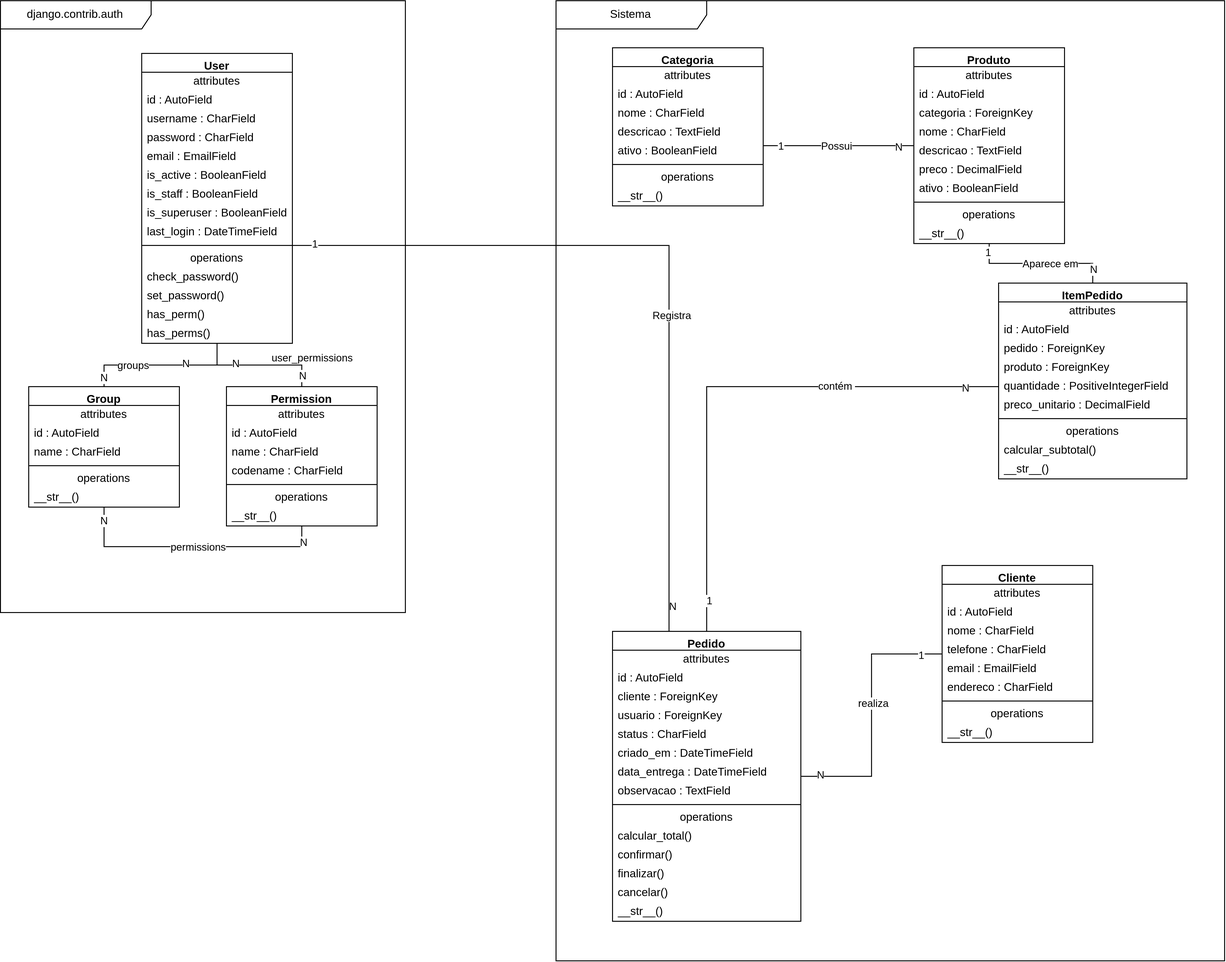
Earlier version of the draw.io export docs/Diagrama sem nome.drawio.png (gustavo468577/GS-Confeitaria). Source tidied: cells renumbered, new cells last; positions are measured from the earlier drawing's top-left corner, leaving out a move shared by most shapes.
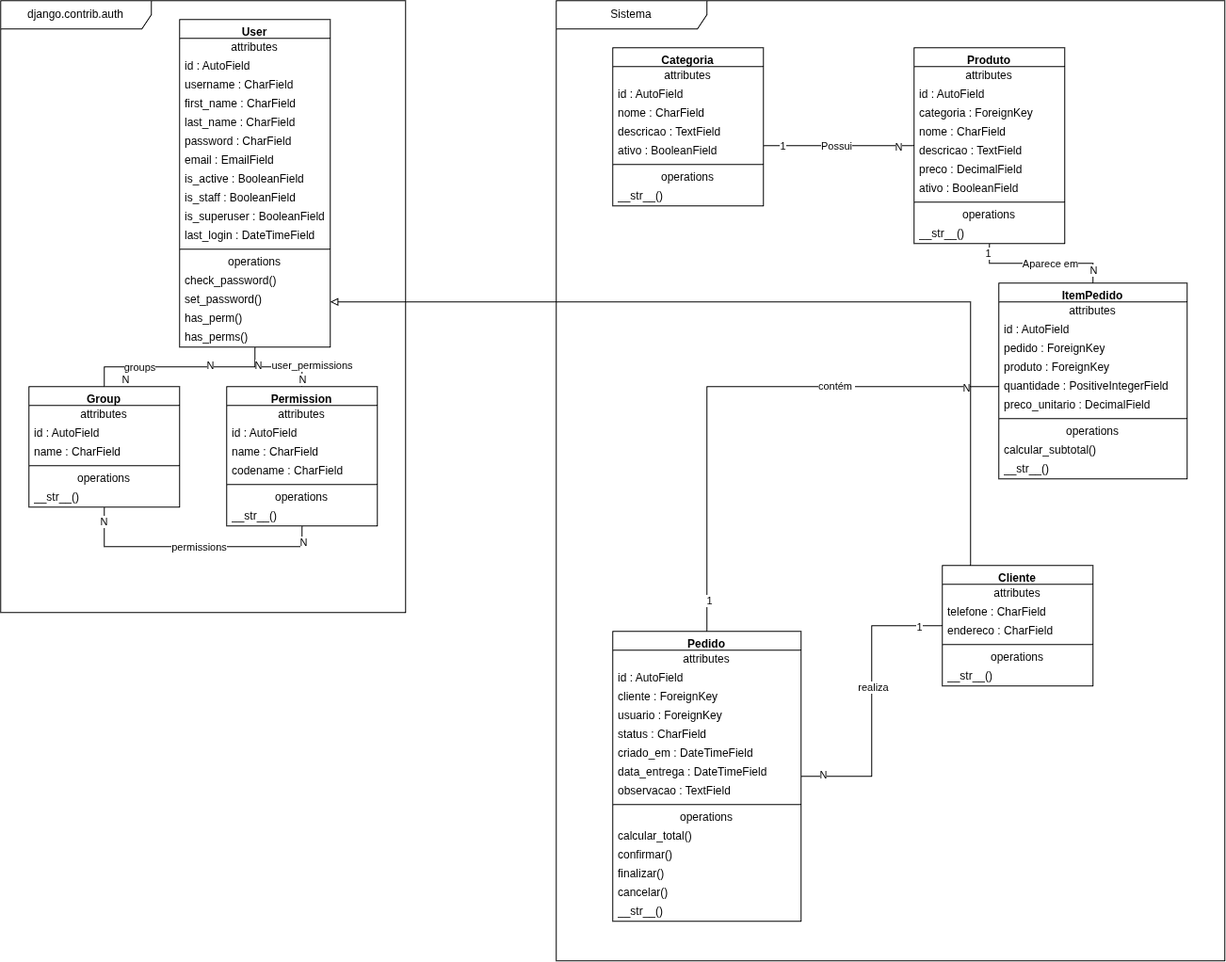
Above is the later version.

Change to the diagram source:
```diff
@@ -6,7 +6,7 @@
       <mxGeometry width="430" height="650" as="geometry" />
     </mxCell>
     <mxCell id="3" value="&lt;b&gt;User&lt;/b&gt;" style="swimlane;fontStyle=0;align=center;verticalAlign=top;horizontal=1;startSize=20;html=1;whiteSpace=wrap;" parent="2" vertex="1">
-      <mxGeometry x="150" y="56" width="160" height="308" as="geometry" />
+      <mxGeometry x="190" y="20" width="160" height="348" as="geometry" />
     </mxCell>
     <mxCell id="4" value="attributes" style="text;html=1;strokeColor=none;fillColor=none;align=center;verticalAlign=middle;spacingLeft=4;spacingRight=4;overflow=hidden;whiteSpace=wrap;" parent="3" vertex="1">
       <mxGeometry y="20" width="160" height="20" as="geometry" />
@@ -17,41 +17,47 @@
     <mxCell id="6" value="username : CharField" style="text;html=1;strokeColor=none;fillColor=none;align=left;verticalAlign=middle;spacingLeft=4;spacingRight=4;overflow=hidden;whiteSpace=wrap;" parent="3" vertex="1">
       <mxGeometry y="60" width="160" height="20" as="geometry" />
     </mxCell>
+    <mxCell id="124" value="first_name : CharField&lt;div&gt;&lt;br/&gt;&lt;/div&gt;" style="text;html=1;strokeColor=none;fillColor=none;align=left;verticalAlign=middle;spacingLeft=4;spacingRight=4;overflow=hidden;whiteSpace=wrap;" parent="3" vertex="1">
+      <mxGeometry y="80" width="160" height="20" as="geometry" />
+    </mxCell>
+    <mxCell id="125" value="&lt;div&gt;last_name : CharField&lt;/div&gt;" style="text;html=1;strokeColor=none;fillColor=none;align=left;verticalAlign=middle;spacingLeft=4;spacingRight=4;overflow=hidden;whiteSpace=wrap;" parent="3" vertex="1">
+      <mxGeometry y="100" width="160" height="20" as="geometry" />
+    </mxCell>
     <mxCell id="7" value="password : CharField" style="text;html=1;strokeColor=none;fillColor=none;align=left;verticalAlign=middle;spacingLeft=4;spacingRight=4;overflow=hidden;whiteSpace=wrap;" parent="3" vertex="1">
-      <mxGeometry y="80" width="160" height="20" as="geometry" />
+      <mxGeometry y="120" width="160" height="20" as="geometry" />
     </mxCell>
     <mxCell id="8" value="email : EmailField" style="text;html=1;strokeColor=none;fillColor=none;align=left;verticalAlign=middle;spacingLeft=4;spacingRight=4;overflow=hidden;whiteSpace=wrap;" parent="3" vertex="1">
-      <mxGeometry y="100" width="160" height="20" as="geometry" />
+      <mxGeometry y="140" width="160" height="20" as="geometry" />
     </mxCell>
     <mxCell id="9" value="is_active : BooleanField" style="text;html=1;strokeColor=none;fillColor=none;align=left;verticalAlign=middle;spacingLeft=4;spacingRight=4;overflow=hidden;whiteSpace=wrap;" parent="3" vertex="1">
-      <mxGeometry y="120" width="160" height="20" as="geometry" />
+      <mxGeometry y="160" width="160" height="20" as="geometry" />
     </mxCell>
     <mxCell id="10" value="is_staff : BooleanField" style="text;html=1;strokeColor=none;fillColor=none;align=left;verticalAlign=middle;spacingLeft=4;spacingRight=4;overflow=hidden;whiteSpace=wrap;" parent="3" vertex="1">
-      <mxGeometry y="140" width="160" height="20" as="geometry" />
+      <mxGeometry y="180" width="160" height="20" as="geometry" />
     </mxCell>
     <mxCell id="11" value="is_superuser : BooleanField" style="text;html=1;strokeColor=none;fillColor=none;align=left;verticalAlign=middle;spacingLeft=4;spacingRight=4;overflow=hidden;whiteSpace=wrap;" parent="3" vertex="1">
-      <mxGeometry y="160" width="160" height="20" as="geometry" />
+      <mxGeometry y="200" width="160" height="20" as="geometry" />
     </mxCell>
     <mxCell id="12" value="last_login : DateTimeField" style="text;html=1;strokeColor=none;fillColor=none;align=left;verticalAlign=middle;spacingLeft=4;spacingRight=4;overflow=hidden;whiteSpace=wrap;" parent="3" vertex="1">
-      <mxGeometry y="180" width="160" height="20" as="geometry" />
+      <mxGeometry y="220" width="160" height="20" as="geometry" />
     </mxCell>
     <mxCell id="13" style="line;strokeWidth=1;fillColor=none;align=left;verticalAlign=middle;spacingTop=-1;spacingLeft=3;spacingRight=3;labelPosition=right;" parent="3" vertex="1">
-      <mxGeometry y="200" width="160" height="8" as="geometry" />
+      <mxGeometry y="240" width="160" height="8" as="geometry" />
     </mxCell>
     <mxCell id="14" value="operations" style="text;html=1;strokeColor=none;fillColor=none;align=center;verticalAlign=middle;spacingLeft=4;spacingRight=4;overflow=hidden;whiteSpace=wrap;" parent="3" vertex="1">
-      <mxGeometry y="208" width="160" height="20" as="geometry" />
+      <mxGeometry y="248" width="160" height="20" as="geometry" />
     </mxCell>
     <mxCell id="15" value="check_password()" style="text;html=1;strokeColor=none;fillColor=none;align=left;verticalAlign=middle;spacingLeft=4;spacingRight=4;overflow=hidden;whiteSpace=wrap;" parent="3" vertex="1">
-      <mxGeometry y="228" width="160" height="20" as="geometry" />
+      <mxGeometry y="268" width="160" height="20" as="geometry" />
     </mxCell>
     <mxCell id="16" value="set_password()" style="text;html=1;strokeColor=none;fillColor=none;align=left;verticalAlign=middle;spacingLeft=4;spacingRight=4;overflow=hidden;whiteSpace=wrap;" parent="3" vertex="1">
-      <mxGeometry y="248" width="160" height="20" as="geometry" />
+      <mxGeometry y="288" width="160" height="20" as="geometry" />
     </mxCell>
     <mxCell id="17" value="has_perm()" style="text;html=1;strokeColor=none;fillColor=none;align=left;verticalAlign=middle;spacingLeft=4;spacingRight=4;overflow=hidden;whiteSpace=wrap;" parent="3" vertex="1">
-      <mxGeometry y="268" width="160" height="20" as="geometry" />
+      <mxGeometry y="308" width="160" height="20" as="geometry" />
     </mxCell>
     <mxCell id="18" value="has_perms()" style="text;html=1;strokeColor=none;fillColor=none;align=left;verticalAlign=middle;spacingLeft=4;spacingRight=4;overflow=hidden;whiteSpace=wrap;" parent="3" vertex="1">
-      <mxGeometry y="288" width="160" height="20" as="geometry" />
+      <mxGeometry y="328" width="160" height="20" as="geometry" />
     </mxCell>
     <mxCell id="19" style="edgeStyle=orthogonalEdgeStyle;rounded=0;jettySize=auto;html=1;endArrow=none;endFill=0;" parent="2" edge="1" source="27" target="3">
       <mxGeometry relative="1" as="geometry" />
@@ -237,34 +243,25 @@
       <mxGeometry x="0.85" y="-2" relative="1" as="geometry" />
     </mxCell>
     <mxCell id="75" value="&lt;b&gt;Cliente&lt;/b&gt;" style="swimlane;fontStyle=0;align=center;verticalAlign=top;horizontal=1;startSize=20;html=1;whiteSpace=wrap;" parent="46" vertex="1">
-      <mxGeometry x="410" y="600" width="160" height="188" as="geometry" />
+      <mxGeometry x="410" y="600" width="160" height="128" as="geometry" />
     </mxCell>
     <mxCell id="76" value="attributes" style="text;html=1;strokeColor=none;fillColor=none;align=center;verticalAlign=middle;spacingLeft=4;spacingRight=4;overflow=hidden;whiteSpace=wrap;" parent="75" vertex="1">
       <mxGeometry y="20" width="160" height="20" as="geometry" />
     </mxCell>
-    <mxCell id="77" value="id : AutoField" style="text;html=1;strokeColor=none;fillColor=none;align=left;verticalAlign=middle;spacingLeft=4;spacingRight=4;overflow=hidden;whiteSpace=wrap;" parent="75" vertex="1">
-      <mxGeometry y="40" width="160" height="20" as="geometry" />
-    </mxCell>
-    <mxCell id="78" value="nome : CharField" style="text;html=1;strokeColor=none;fillColor=none;align=left;verticalAlign=middle;spacingLeft=4;spacingRight=4;overflow=hidden;whiteSpace=wrap;" parent="75" vertex="1">
-      <mxGeometry y="60" width="160" height="20" as="geometry" />
-    </mxCell>
     <mxCell id="79" value="telefone : CharField" style="text;html=1;strokeColor=none;fillColor=none;align=left;verticalAlign=middle;spacingLeft=4;spacingRight=4;overflow=hidden;whiteSpace=wrap;" parent="75" vertex="1">
-      <mxGeometry y="80" width="160" height="20" as="geometry" />
+      <mxGeometry y="40" width="160" height="20" as="geometry" />
     </mxCell>
-    <mxCell id="80" value="email : EmailField" style="text;html=1;strokeColor=none;fillColor=none;align=left;verticalAlign=middle;spacingLeft=4;spacingRight=4;overflow=hidden;whiteSpace=wrap;" parent="75" vertex="1">
-      <mxGeometry y="100" width="160" height="20" as="geometry" />
-    </mxCell>
     <mxCell id="81" value="endereco : CharField" style="text;html=1;strokeColor=none;fillColor=none;align=left;verticalAlign=middle;spacingLeft=4;spacingRight=4;overflow=hidden;whiteSpace=wrap;" parent="75" vertex="1">
-      <mxGeometry y="120" width="160" height="20" as="geometry" />
+      <mxGeometry y="60" width="160" height="20" as="geometry" />
     </mxCell>
     <mxCell id="82" style="line;strokeWidth=1;fillColor=none;align=left;verticalAlign=middle;spacingTop=-1;spacingLeft=3;spacingRight=3;labelPosition=right;" parent="75" vertex="1">
-      <mxGeometry y="140" width="160" height="8" as="geometry" />
+      <mxGeometry y="80" width="160" height="8" as="geometry" />
     </mxCell>
     <mxCell id="83" value="operations" style="text;html=1;strokeColor=none;fillColor=none;align=center;verticalAlign=middle;spacingLeft=4;spacingRight=4;overflow=hidden;whiteSpace=wrap;" parent="75" vertex="1">
-      <mxGeometry y="148" width="160" height="20" as="geometry" />
+      <mxGeometry y="88" width="160" height="20" as="geometry" />
     </mxCell>
     <mxCell id="84" value="__str__()" style="text;html=1;strokeColor=none;fillColor=none;align=left;verticalAlign=middle;spacingLeft=4;spacingRight=4;overflow=hidden;whiteSpace=wrap;" parent="75" vertex="1">
-      <mxGeometry y="168" width="160" height="20" as="geometry" />
+      <mxGeometry y="108" width="160" height="20" as="geometry" />
     </mxCell>
     <mxCell id="85" style="edgeStyle=orthogonalEdgeStyle;rounded=0;jettySize=auto;html=1;endArrow=none;endFill=0;" parent="46" edge="1" source="89" target="105">
       <mxGeometry relative="1" as="geometry">
@@ -380,21 +377,12 @@
     <mxCell id="119" value="N" style="edgeLabel;html=1;align=center;verticalAlign=middle;" parent="116" vertex="1">
       <mxGeometry x="0.8" y="-1" relative="1" as="geometry" />
     </mxCell>
-    <mxCell id="120" style="edgeStyle=orthogonalEdgeStyle;rounded=0;jettySize=auto;html=1;endArrow=none;endFill=0;" parent="1" edge="1" source="3" target="89">
-      <mxGeometry relative="1" as="geometry">
-        <Array as="points">
-          <mxPoint x="710" y="260" />
-        </Array>
-      </mxGeometry>
-    </mxCell>
-    <mxCell id="121" value="Registra" style="edgeLabel;html=1;align=center;verticalAlign=middle;" parent="120" vertex="1">
-      <mxGeometry x="0.17" y="2" relative="1" as="geometry" />
-    </mxCell>
-    <mxCell id="122" value="1" style="edgeLabel;html=1;align=center;verticalAlign=middle;" parent="120" vertex="1">
-      <mxGeometry x="-0.94" y="2" relative="1" as="geometry" />
-    </mxCell>
-    <mxCell id="123" value="N" style="edgeLabel;html=1;align=center;verticalAlign=middle;" parent="120" vertex="1">
-      <mxGeometry x="0.93" y="3" relative="1" as="geometry" />
-    </mxCell>
+    <mxCell id="126" style="edgeStyle=orthogonalEdgeStyle;rounded=0;jettySize=auto;html=1;endArrow=block;endFill=0;" parent="1" edge="1" source="75" target="3">
+      <mxGeometry relative="1" as="geometry">
+        <Array as="points">
+          <mxPoint x="1030" y="320" />
+        </Array>
+      </mxGeometry>
+    </mxCell>
   </root>
 </mxGraphModel>
```
